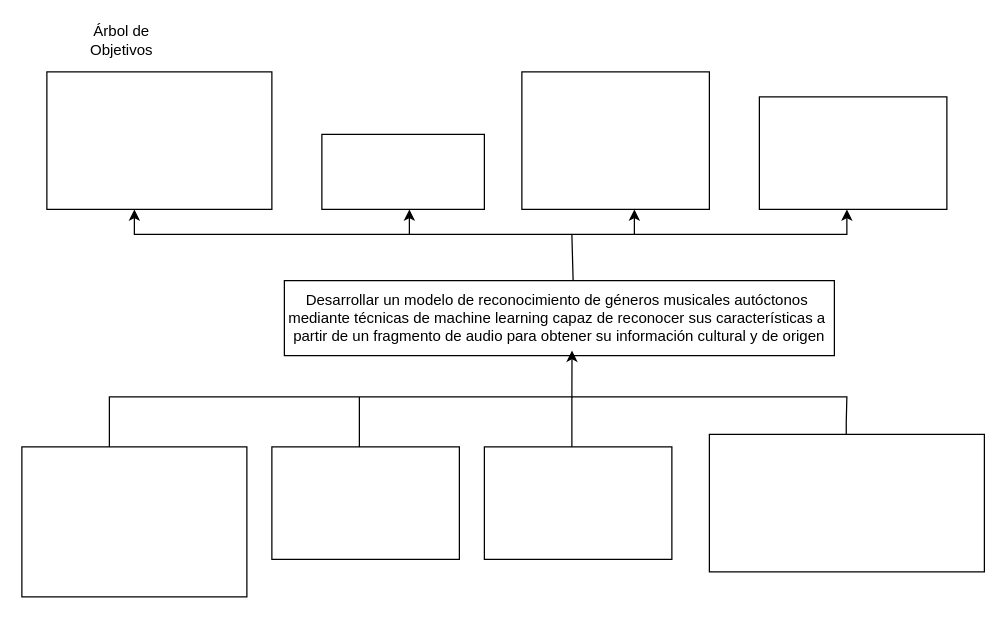
severocruz/twitor keeps this draw.io diagram as arbolObj.drawio. Above is the earlier version. Source tidied: cells renumbered, new cells numbered last; positions are measured from the earlier drawing's top-left corner, leaving out a move shared by most shapes. Both pictures are drawn from the tidied source at 125%, with x=0, y=0 at pixel (21, 21).
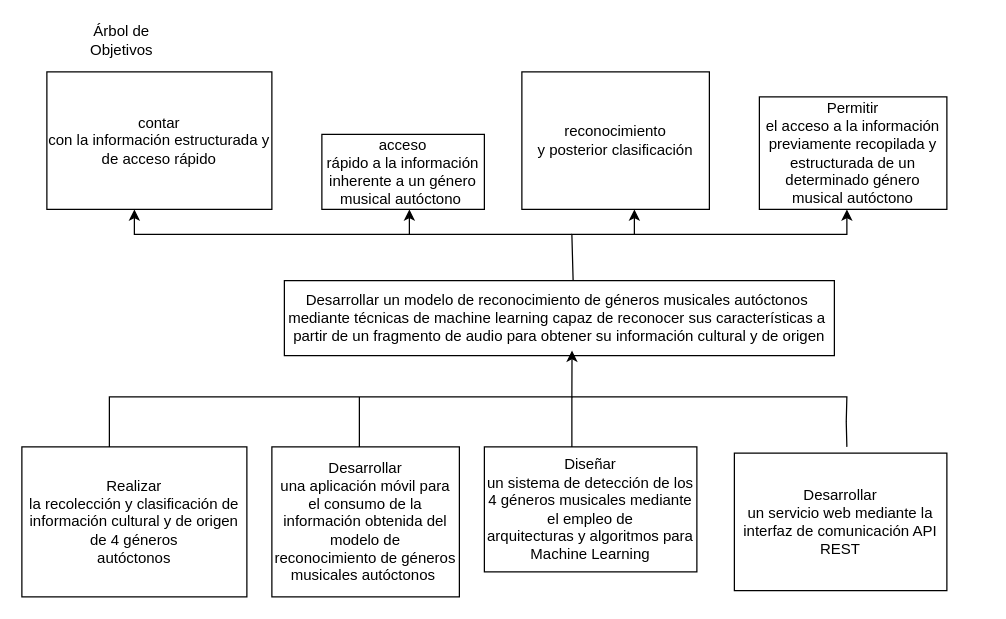
Above is the later version.

The edit, as a diff of the source:
```diff
@@
-    <mxCell id="3" style="rounded=0;whiteSpace=wrap;html=1;" parent="1" vertex="1">
+    <mxCell id="3" value="Realizar&lt;br/&gt;la recolección y clasificación de información cultural y de origen de 4 géneros&lt;br/&gt;autóctonos" style="rounded=0;whiteSpace=wrap;html=1;" parent="1" vertex="1">
       <mxGeometry y="340" width="180" height="120" as="geometry" />
     </mxCell>
-    <mxCell id="4" style="rounded=0;whiteSpace=wrap;html=1;" parent="1" vertex="1">
+    <mxCell id="4" value="contar&lt;br/&gt;con la información estructurada y de acceso rápido" style="rounded=0;whiteSpace=wrap;html=1;" parent="1" vertex="1">
       <mxGeometry x="20" y="40" width="180" height="110" as="geometry" />
     </mxCell>
-    <mxCell id="5" style="rounded=0;whiteSpace=wrap;html=1;" parent="1" vertex="1">
-      <mxGeometry x="200" y="340" width="150" height="90" as="geometry" />
+    <mxCell id="5" value="Desarrollar&lt;br/&gt;una aplicación móvil para el consumo de la información obtenida del modelo de&lt;br/&gt;reconocimiento de géneros musicales autóctonos&amp;nbsp;" style="rounded=0;whiteSpace=wrap;html=1;" parent="1" vertex="1">
+      <mxGeometry x="200" y="340" width="150" height="120" as="geometry" />
     </mxCell>
-    <mxCell id="6" style="rounded=0;whiteSpace=wrap;html=1;" parent="1" vertex="1">
+    <mxCell id="6" value="acceso&lt;br/&gt;rápido a la información inherente a un género musical autóctono&amp;nbsp;" style="rounded=0;whiteSpace=wrap;html=1;" parent="1" vertex="1">
       <mxGeometry x="240" y="90" width="130" height="60" as="geometry" />
     </mxCell>
-    <mxCell id="7" style="rounded=0;whiteSpace=wrap;html=1;" parent="1" vertex="1">
-      <mxGeometry x="370" y="340" width="150" height="90" as="geometry" />
+    <mxCell id="7" value="Diseñar&lt;br/&gt;un sistema de detección de los 4 géneros musicales mediante el empleo de&lt;br/&gt;arquitecturas y algoritmos para Machine Learning" style="rounded=0;whiteSpace=wrap;html=1;" parent="1" vertex="1">
+      <mxGeometry x="370" y="340" width="170" height="100" as="geometry" />
     </mxCell>
-    <mxCell id="8" style="rounded=0;whiteSpace=wrap;html=1;" parent="1" vertex="1">
+    <mxCell id="8" value="reconocimiento&lt;br/&gt;y posterior clasificación" style="rounded=0;whiteSpace=wrap;html=1;" parent="1" vertex="1">
       <mxGeometry x="400" y="40" width="150" height="110" as="geometry" />
     </mxCell>
-    <mxCell id="9" style="rounded=0;whiteSpace=wrap;html=1;" parent="1" vertex="1">
-      <mxGeometry x="550" y="330" width="220" height="110" as="geometry" />
+    <mxCell id="9" value="Desarrollar&lt;br/&gt;un servicio web mediante la interfaz de comunicación API REST" style="rounded=0;whiteSpace=wrap;html=1;" parent="1" vertex="1">
+      <mxGeometry x="570" y="345" width="170" height="110" as="geometry" />
     </mxCell>
-    <mxCell id="10" value="&lt;font style=&quot;font-size: 12px;&quot;&gt;&lt;br&gt;&lt;/font&gt;" style="rounded=0;whiteSpace=wrap;html=1;" parent="1" vertex="1">
+    <mxCell id="10" value="&lt;font style=&quot;font-size: 12px;&quot;&gt;Permitir&lt;br/&gt;el acceso a la información previamente recopilada y estructurada de un&lt;br/&gt;determinado género musical autóctono&lt;br&gt;&lt;/font&gt;" style="rounded=0;whiteSpace=wrap;html=1;" parent="1" vertex="1">
       <mxGeometry x="590" y="60" width="150" height="90" as="geometry" />
     </mxCell>
@@
     <mxCell id="14" style="endArrow=none;html=1;rounded=0;" parent="1" edge="1">
       <mxGeometry relative="1" as="geometry">
-        <mxPoint x="659.5" y="330" as="sourcePoint" />
+        <mxPoint x="660" y="340" as="sourcePoint" />
         <mxPoint x="440" y="300" as="targetPoint" />
         <Array as="points">
           <mxPoint x="659.5" y="320" />
           <mxPoint x="660" y="300" />
         </Array>
       </mxGeometry>
     </mxCell>
```
